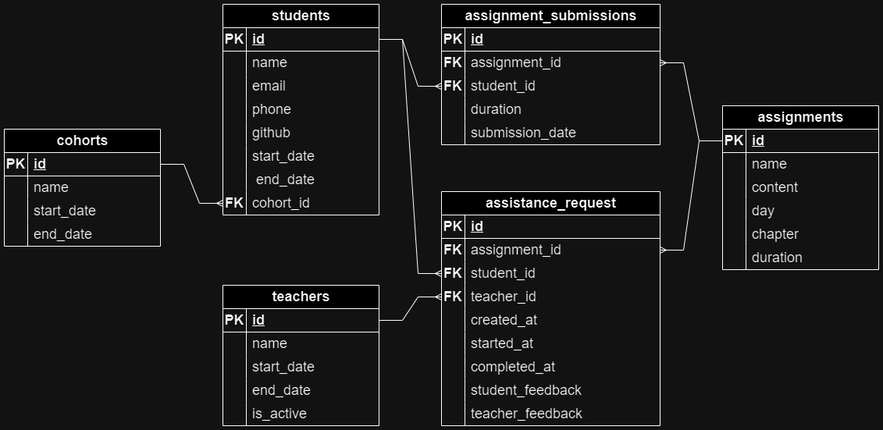
This is erd.png from IPSA-pi/BootcampX, a draw.io export, as it was before one commit. Source tidied: cells renumbered, new cells last; positions are measured from the earlier drawing's top-left corner, leaving out a move shared by most shapes.
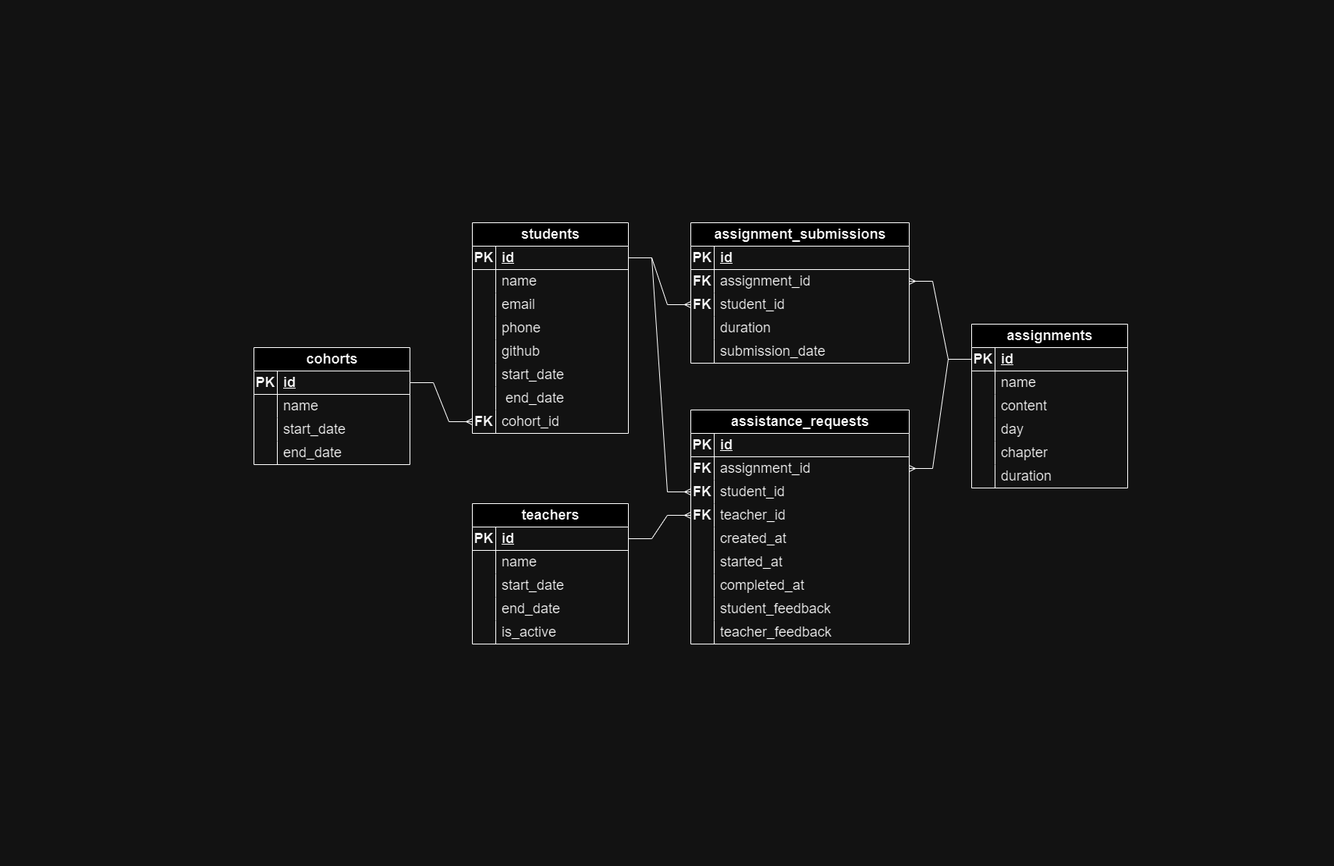
The same file after the commit.

Commit message:
fix typo: add s to the end of assistance_requests

What changed in the source:
```diff
@@ -272,7 +272,7 @@
     <mxCell id="91" value="is_active" style="shape=partialRectangle;fillColor=none;top=0;left=0;bottom=0;right=0;align=left;spacingLeft=6;overflow=hidden;whiteSpace=wrap;html=1;fontSize=18;" parent="89" vertex="1">
       <mxGeometry x="30" width="170" height="30" as="geometry" />
     </mxCell>
-    <mxCell id="92" value="assistance_request" style="shape=table;startSize=30;rowLines=0;fontStyle=1;align=center;html=1;fontSize=18;" parent="1" vertex="1">
+    <mxCell id="92" value="assistance_requests" style="shape=table;startSize=30;rowLines=0;fontStyle=1;align=center;html=1;fontSize=18;" parent="1" vertex="1">
       <mxGeometry x="560" y="240" width="280" height="300" as="geometry" />
     </mxCell>
     <mxCell id="93" style="shape=tableRow;horizontal=0;startSize=0;swimlaneHead=0;swimlaneBody=0;fillColor=none;top=0;left=0;right=0;bottom=1;fontSize=18;" parent="92" vertex="1">
```
